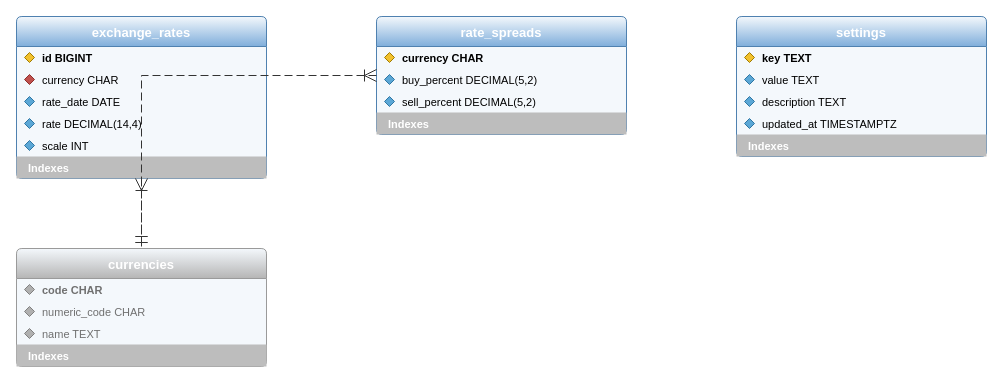
Before: page "Справочники" (8 of 14) of docs/diagrams/er.drawio in vladmeshkov/js-course-work, a draw.io diagram. Source tidied: cells renumbered, new cells numbered last; positions are measured from the earlier drawing's top-left corner, leaving out a move shared by most shapes. Both pictures are drawn from the tidied source at 100%, with x=0, y=0 at pixel (16, 16).
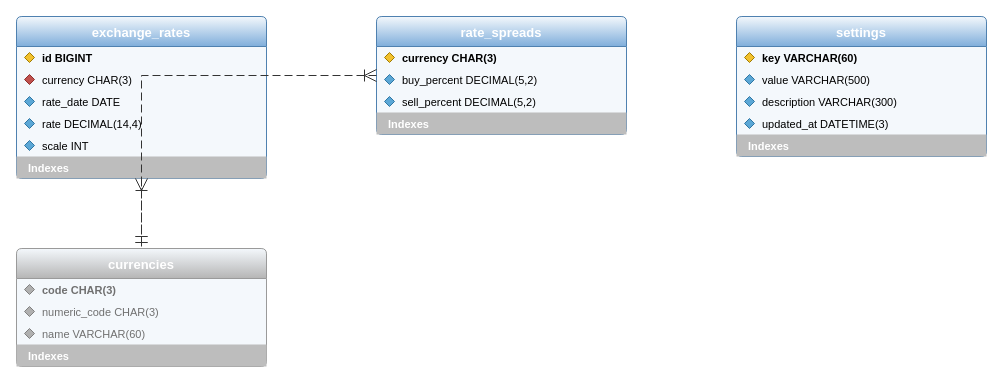
The same diagram, later.

The change refers to these unchanged cells:
```xml
<mxCell id="2" value="exchange_rates" style="swimlane;fontStyle=1;fontSize=13;horizontal=1;startSize=30;rounded=1;arcSize=6;fillColor=#F4F8FC;swimlaneFillColor=#F4F8FC;gradientColor=#7FAEDB;strokeColor=#4F81B0;fontColor=#FFFFFF;align=center;" parent="1" vertex="1">
  <mxGeometry width="250" height="162" as="geometry" />
</mxCell>
<mxCell id="14" value="rate_spreads" style="swimlane;fontStyle=1;fontSize=13;horizontal=1;startSize=30;rounded=1;arcSize=6;fillColor=#F4F8FC;swimlaneFillColor=#F4F8FC;gradientColor=#7FAEDB;strokeColor=#4F81B0;fontColor=#FFFFFF;align=center;" parent="1" vertex="1">
  <mxGeometry x="360" width="250" height="118" as="geometry" />
</mxCell>
<mxCell id="22" value="settings" style="swimlane;fontStyle=1;fontSize=13;horizontal=1;startSize=30;rounded=1;arcSize=6;fillColor=#F4F8FC;swimlaneFillColor=#F4F8FC;gradientColor=#7FAEDB;strokeColor=#4F81B0;fontColor=#FFFFFF;align=center;" parent="1" vertex="1">
  <mxGeometry x="720" width="250" height="140" as="geometry" />
</mxCell>
<mxCell id="32" value="currencies" style="swimlane;fontStyle=1;fontSize=13;horizontal=1;startSize=30;rounded=1;arcSize=6;fillColor=#F4F8FC;swimlaneFillColor=#F4F8FC;gradientColor=#B5B5B5;strokeColor=#9A9A9A;fontColor=#FFFFFF;align=center;" parent="1" vertex="1">
  <mxGeometry y="232" width="250" height="118" as="geometry" />
</mxCell>
```

Change to the diagram source:
```diff
@@
-    <mxCell id="6" value="currency CHAR" style="text;strokeColor=none;fillColor=none;align=left;verticalAlign=middle;spacingLeft=24;overflow=hidden;whiteSpace=nowrap;fontSize=11;" parent="2" vertex="1">
+    <mxCell id="6" value="currency CHAR(3)" style="text;strokeColor=none;fillColor=none;align=left;verticalAlign=middle;spacingLeft=24;overflow=hidden;whiteSpace=nowrap;fontSize=11;" parent="2" vertex="1">
       <mxGeometry y="52" width="250" height="22" as="geometry" />
     </mxCell>
@@
-    <mxCell id="16" value="currency CHAR" style="text;strokeColor=none;fillColor=none;align=left;verticalAlign=middle;spacingLeft=24;overflow=hidden;whiteSpace=nowrap;fontSize=11;fontStyle=1;" parent="14" vertex="1">
+    <mxCell id="16" value="currency CHAR(3)" style="text;strokeColor=none;fillColor=none;align=left;verticalAlign=middle;spacingLeft=24;overflow=hidden;whiteSpace=nowrap;fontSize=11;fontStyle=1;" parent="14" vertex="1">
       <mxGeometry y="30" width="250" height="22" as="geometry" />
     </mxCell>
@@
-    <mxCell id="24" value="key TEXT" style="text;strokeColor=none;fillColor=none;align=left;verticalAlign=middle;spacingLeft=24;overflow=hidden;whiteSpace=nowrap;fontSize=11;fontStyle=1;" parent="22" vertex="1">
+    <mxCell id="24" value="key VARCHAR(60)" style="text;strokeColor=none;fillColor=none;align=left;verticalAlign=middle;spacingLeft=24;overflow=hidden;whiteSpace=nowrap;fontSize=11;fontStyle=1;" parent="22" vertex="1">
       <mxGeometry y="30" width="250" height="22" as="geometry" />
     </mxCell>
@@
-    <mxCell id="26" value="value TEXT" style="text;strokeColor=none;fillColor=none;align=left;verticalAlign=middle;spacingLeft=24;overflow=hidden;whiteSpace=nowrap;fontSize=11;" parent="22" vertex="1">
+    <mxCell id="26" value="value VARCHAR(500)" style="text;strokeColor=none;fillColor=none;align=left;verticalAlign=middle;spacingLeft=24;overflow=hidden;whiteSpace=nowrap;fontSize=11;" parent="22" vertex="1">
       <mxGeometry y="52" width="250" height="22" as="geometry" />
     </mxCell>
@@
-    <mxCell id="28" value="description TEXT" style="text;strokeColor=none;fillColor=none;align=left;verticalAlign=middle;spacingLeft=24;overflow=hidden;whiteSpace=nowrap;fontSize=11;" parent="22" vertex="1">
+    <mxCell id="28" value="description VARCHAR(300)" style="text;strokeColor=none;fillColor=none;align=left;verticalAlign=middle;spacingLeft=24;overflow=hidden;whiteSpace=nowrap;fontSize=11;" parent="22" vertex="1">
       <mxGeometry y="74" width="250" height="22" as="geometry" />
     </mxCell>
@@
-    <mxCell id="30" value="updated_at TIMESTAMPTZ" style="text;strokeColor=none;fillColor=none;align=left;verticalAlign=middle;spacingLeft=24;overflow=hidden;whiteSpace=nowrap;fontSize=11;" parent="22" vertex="1">
+    <mxCell id="30" value="updated_at DATETIME(3)" style="text;strokeColor=none;fillColor=none;align=left;verticalAlign=middle;spacingLeft=24;overflow=hidden;whiteSpace=nowrap;fontSize=11;" parent="22" vertex="1">
       <mxGeometry y="96" width="250" height="22" as="geometry" />
     </mxCell>
@@
-    <mxCell id="34" value="code CHAR" style="text;strokeColor=none;fillColor=none;align=left;verticalAlign=middle;spacingLeft=24;overflow=hidden;whiteSpace=nowrap;fontSize=11;fontStyle=1;fontColor=#707070;" parent="32" vertex="1">
+    <mxCell id="34" value="code CHAR(3)" style="text;strokeColor=none;fillColor=none;align=left;verticalAlign=middle;spacingLeft=24;overflow=hidden;whiteSpace=nowrap;fontSize=11;fontStyle=1;fontColor=#707070;" parent="32" vertex="1">
       <mxGeometry y="30" width="250" height="22" as="geometry" />
     </mxCell>
@@
-    <mxCell id="36" value="numeric_code CHAR" style="text;strokeColor=none;fillColor=none;align=left;verticalAlign=middle;spacingLeft=24;overflow=hidden;whiteSpace=nowrap;fontSize=11;fontColor=#707070;" parent="32" vertex="1">
+    <mxCell id="36" value="numeric_code CHAR(3)" style="text;strokeColor=none;fillColor=none;align=left;verticalAlign=middle;spacingLeft=24;overflow=hidden;whiteSpace=nowrap;fontSize=11;fontColor=#707070;" parent="32" vertex="1">
       <mxGeometry y="52" width="250" height="22" as="geometry" />
     </mxCell>
@@
-    <mxCell id="38" value="name TEXT" style="text;strokeColor=none;fillColor=none;align=left;verticalAlign=middle;spacingLeft=24;overflow=hidden;whiteSpace=nowrap;fontSize=11;fontColor=#707070;" parent="32" vertex="1">
+    <mxCell id="38" value="name VARCHAR(60)" style="text;strokeColor=none;fillColor=none;align=left;verticalAlign=middle;spacingLeft=24;overflow=hidden;whiteSpace=nowrap;fontSize=11;fontColor=#707070;" parent="32" vertex="1">
       <mxGeometry y="74" width="250" height="22" as="geometry" />
     </mxCell>
```
